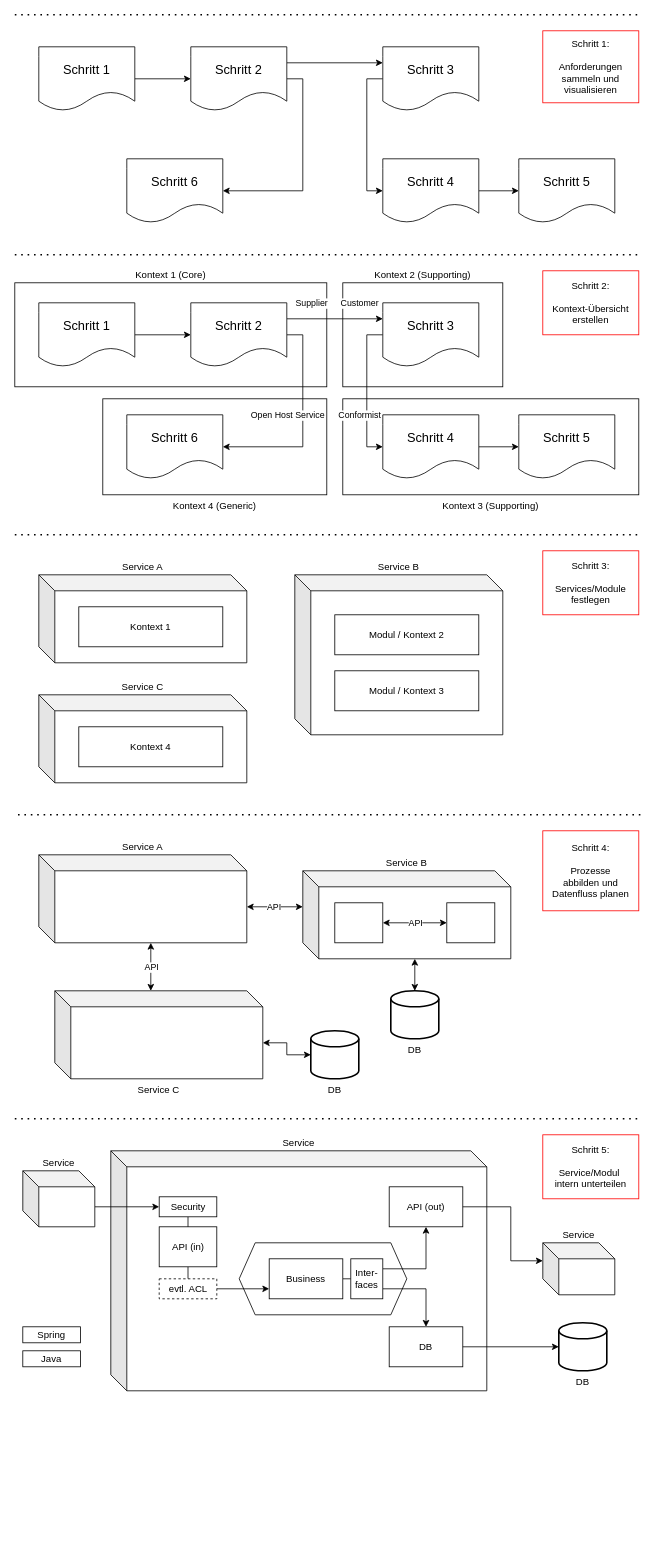
This is images/project-architecture-guide.drawio from coc-university/software-architecture-guide, a draw.io file, before an edit. Source tidied: cells renumbered, new cells numbered last; positions are measured from the earlier drawing's top-left corner, leaving out a move shared by most shapes. Both pictures are drawn from the tidied source at 80%, with x=0, y=0 at pixel (14, 14).
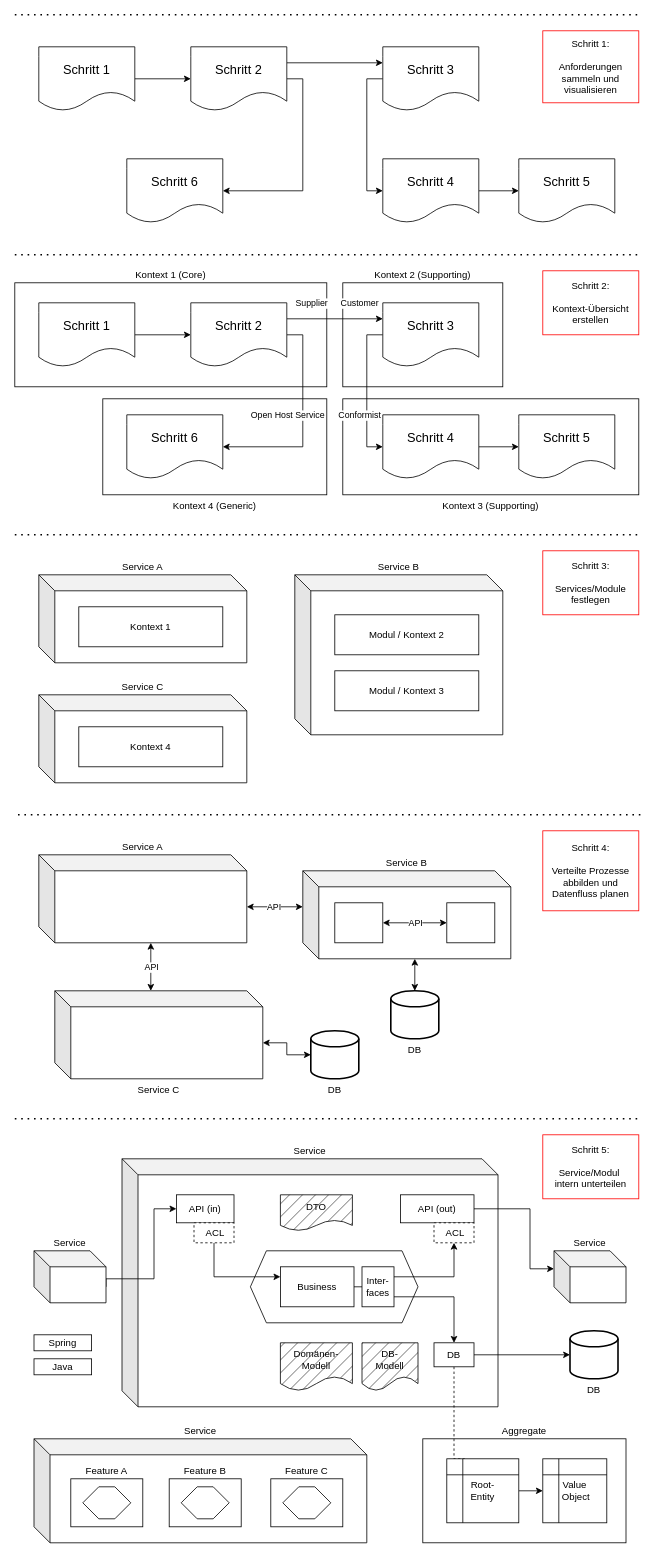
The same page after the edit.

The edit, as a diff of the source:
```diff
@@
-    <mxCell id="2" value="Service" style="shape=cube;whiteSpace=wrap;html=1;boundedLbl=1;backgroundOutline=1;darkOpacity=0.05;darkOpacity2=0.1;labelPosition=center;verticalLabelPosition=top;align=center;verticalAlign=bottom;" parent="1" vertex="1">
-      <mxGeometry x="120" y="1420" width="470" height="300" as="geometry" />
-    </mxCell>
-    <mxCell id="3" style="shape=hexagon;perimeter=hexagonPerimeter2;whiteSpace=wrap;html=1;fixedSize=1;" parent="1" vertex="1">
-      <mxGeometry x="280.5" y="1535" width="209.5" height="90" as="geometry" />
-    </mxCell>
@@
-    <mxCell id="55" style="edgeStyle=orthogonalEdgeStyle;rounded=0;jettySize=auto;html=1;exitX=0.5;exitY=1;exitDx=0;exitDy=0;entryX=0.5;entryY=0;entryDx=0;entryDy=0;endArrow=none;startFill=0;" parent="1" edge="1" source="56" target="82">
-      <mxGeometry relative="1" as="geometry" />
-    </mxCell>
-    <mxCell id="56" value="API (in)" style="rounded=0;whiteSpace=wrap;html=1;labelPosition=center;verticalLabelPosition=middle;align=center;verticalAlign=middle;strokeColor=light-dark(#000000,#FF8000);" parent="1" vertex="1">
-      <mxGeometry x="180.5" y="1515" width="72" height="50" as="geometry" />
-    </mxCell>
-    <mxCell id="57" value="API (out)" style="rounded=0;whiteSpace=wrap;html=1;labelPosition=center;verticalLabelPosition=middle;align=center;verticalAlign=middle;strokeColor=light-dark(#000000,#FF8000);" parent="1" vertex="1">
-      <mxGeometry x="468" y="1465" width="92" height="50" as="geometry" />
-    </mxCell>
-    <mxCell id="58" style="edgeStyle=orthogonalEdgeStyle;rounded=0;jettySize=auto;html=1;exitX=1;exitY=0.5;exitDx=0;exitDy=0;entryX=0;entryY=0.5;entryDx=0;entryDy=0;endArrow=none;startFill=0;" parent="1" edge="1" source="59" target="80">
-      <mxGeometry relative="1" as="geometry" />
-    </mxCell>
-    <mxCell id="59" value="Business" style="rounded=0;whiteSpace=wrap;html=1;labelPosition=center;verticalLabelPosition=middle;align=center;verticalAlign=middle;strokeColor=light-dark(#000000,#009900);" parent="1" vertex="1">
-      <mxGeometry x="318" y="1555" width="92" height="50" as="geometry" />
-    </mxCell>
@@
-    <mxCell id="63" value="&lt;div&gt;Schritt 4:&lt;/div&gt;&lt;div&gt;&lt;br&gt;&lt;/div&gt;&lt;span style=&quot;background-color: transparent; color: light-dark(rgb(0, 0, 0), rgb(255, 255, 255));&quot;&gt;Prozesse abbilden&amp;nbsp;&lt;/span&gt;&lt;span style=&quot;background-color: transparent; color: light-dark(rgb(0, 0, 0), rgb(255, 255, 255));&quot;&gt;und&lt;/span&gt;&lt;div&gt;&lt;div&gt;Datenfluss planen&lt;/div&gt;&lt;/div&gt;" style="rounded=0;whiteSpace=wrap;html=1;strokeColor=#FF0000;" parent="1" vertex="1">
+    <mxCell id="63" value="&lt;div&gt;Schritt 4:&lt;/div&gt;&lt;div&gt;&lt;br&gt;&lt;/div&gt;&lt;span style=&quot;background-color: transparent; color: light-dark(rgb(0, 0, 0), rgb(255, 255, 255));&quot;&gt;Verteilte Prozesse abbilden&amp;nbsp;&lt;/span&gt;&lt;span style=&quot;background-color: transparent; color: light-dark(rgb(0, 0, 0), rgb(255, 255, 255));&quot;&gt;und&lt;/span&gt;&lt;div&gt;&lt;div&gt;Datenfluss planen&lt;/div&gt;&lt;/div&gt;" style="rounded=0;whiteSpace=wrap;html=1;strokeColor=#FF0000;" parent="1" vertex="1">
       <mxGeometry x="660" y="1020" width="120" height="100" as="geometry" />
     </mxCell>
@@
+    <mxCell id="87" value="Aggregate" style="rounded=0;whiteSpace=wrap;html=1;labelPosition=center;verticalLabelPosition=top;align=center;verticalAlign=bottom;" parent="1" vertex="1">
+      <mxGeometry x="510" y="1780" width="254" height="130" as="geometry" />
+    </mxCell>
+    <mxCell id="88" value="Service" style="shape=cube;whiteSpace=wrap;html=1;boundedLbl=1;backgroundOutline=1;darkOpacity=0.05;darkOpacity2=0.1;labelPosition=center;verticalLabelPosition=top;align=center;verticalAlign=bottom;" parent="1" vertex="1">
+      <mxGeometry x="134" y="1430" width="470" height="310" as="geometry" />
+    </mxCell>
+    <mxCell id="89" style="shape=hexagon;perimeter=hexagonPerimeter2;whiteSpace=wrap;html=1;fixedSize=1;" parent="1" vertex="1">
+      <mxGeometry x="294.5" y="1545" width="209.5" height="90" as="geometry" />
+    </mxCell>
+    <mxCell id="56" value="API (in)" style="rounded=0;whiteSpace=wrap;html=1;labelPosition=center;verticalLabelPosition=middle;align=center;verticalAlign=middle;strokeColor=light-dark(#000000,#FF8000);" parent="1" vertex="1">
+      <mxGeometry x="202" y="1475" width="72" height="35" as="geometry" />
+    </mxCell>
+    <mxCell id="57" value="API (out)" style="rounded=0;whiteSpace=wrap;html=1;labelPosition=center;verticalLabelPosition=middle;align=center;verticalAlign=middle;strokeColor=light-dark(#000000,#FF8000);" parent="1" vertex="1">
+      <mxGeometry x="482" y="1475" width="92" height="35" as="geometry" />
+    </mxCell>
+    <mxCell id="58" style="edgeStyle=orthogonalEdgeStyle;rounded=0;jettySize=auto;html=1;exitX=1;exitY=0.5;exitDx=0;exitDy=0;entryX=0;entryY=0.5;entryDx=0;entryDy=0;endArrow=none;startFill=0;" parent="1" edge="1" source="59" target="80">
+      <mxGeometry relative="1" as="geometry" />
+    </mxCell>
+    <mxCell id="59" value="Business" style="rounded=0;whiteSpace=wrap;html=1;labelPosition=center;verticalLabelPosition=middle;align=center;verticalAlign=middle;strokeColor=light-dark(#000000,#009900);" parent="1" vertex="1">
+      <mxGeometry x="332" y="1565" width="92" height="50" as="geometry" />
+    </mxCell>
+    <mxCell id="90" style="edgeStyle=orthogonalEdgeStyle;rounded=0;jettySize=auto;html=1;exitX=0.5;exitY=1;exitDx=0;exitDy=0;entryX=0.25;entryY=0;entryDx=0;entryDy=0;endArrow=none;startFill=0;dashed=1;" parent="1" edge="1" source="71" target="104">
+      <mxGeometry relative="1" as="geometry">
+        <Array as="points">
+          <mxPoint x="549" y="1805" />
+        </Array>
+      </mxGeometry>
+    </mxCell>
     <mxCell id="71" value="DB" style="rounded=0;whiteSpace=wrap;html=1;labelPosition=center;verticalLabelPosition=middle;align=center;verticalAlign=middle;strokeColor=light-dark(#000000,#FF8000);" parent="1" vertex="1">
-      <mxGeometry x="468" y="1640" width="92" height="50" as="geometry" />
+      <mxGeometry x="524" y="1660" width="50" height="30" as="geometry" />
     </mxCell>
-    <mxCell id="72" value="Service" style="shape=cube;whiteSpace=wrap;html=1;boundedLbl=1;backgroundOutline=1;darkOpacity=0.05;darkOpacity2=0.1;labelPosition=center;verticalLabelPosition=top;align=center;verticalAlign=bottom;" parent="1" vertex="1">
-      <mxGeometry x="660" y="1535" width="90" height="65" as="geometry" />
-    </mxCell>
+    <mxCell id="91" value="Service" style="shape=cube;whiteSpace=wrap;html=1;boundedLbl=1;backgroundOutline=1;darkOpacity=0.05;darkOpacity2=0.1;labelPosition=center;verticalLabelPosition=top;align=center;verticalAlign=bottom;" parent="1" vertex="1">
+      <mxGeometry x="674" y="1545" width="90" height="65" as="geometry" />
+    </mxCell>
     <mxCell id="73" value="DB" style="strokeWidth=2;html=1;shape=mxgraph.flowchart.database;whiteSpace=wrap;labelPosition=center;verticalLabelPosition=bottom;align=center;verticalAlign=top;" parent="1" vertex="1">
-      <mxGeometry x="680" y="1635" width="60" height="60" as="geometry" />
+      <mxGeometry x="694" y="1645" width="60" height="60" as="geometry" />
     </mxCell>
@@
-    <mxCell id="75" style="edgeStyle=orthogonalEdgeStyle;rounded=0;jettySize=auto;html=1;exitX=1;exitY=0.5;exitDx=0;exitDy=0;entryX=0;entryY=0;entryDx=0;entryDy=22.5;entryPerimeter=0;" parent="1" edge="1" source="57" target="72">
-      <mxGeometry relative="1" as="geometry">
-        <Array as="points">
-          <mxPoint x="620" y="1490" />
-          <mxPoint x="620" y="1558" />
-          <mxPoint x="660" y="1558" />
-        </Array>
-      </mxGeometry>
-    </mxCell>
-    <mxCell id="76" style="edgeStyle=orthogonalEdgeStyle;rounded=0;jettySize=auto;html=1;exitX=0;exitY=0;exitDx=90;exitDy=45;exitPerimeter=0;entryX=0;entryY=0.5;entryDx=0;entryDy=0;" parent="1" edge="1" source="77" target="84">
-      <mxGeometry relative="1" as="geometry" />
-    </mxCell>
-    <mxCell id="77" value="Service" style="shape=cube;whiteSpace=wrap;html=1;boundedLbl=1;backgroundOutline=1;darkOpacity=0.05;darkOpacity2=0.1;labelPosition=center;verticalLabelPosition=top;align=center;verticalAlign=bottom;" parent="1" vertex="1">
-      <mxGeometry x="10" y="1445" width="90" height="70" as="geometry" />
-    </mxCell>
-    <mxCell id="78" style="edgeStyle=orthogonalEdgeStyle;rounded=0;jettySize=auto;html=1;exitX=1;exitY=0.25;exitDx=0;exitDy=0;entryX=0.5;entryY=1;entryDx=0;entryDy=0;" parent="1" edge="1" source="80" target="57">
-      <mxGeometry relative="1" as="geometry" />
-    </mxCell>
+    <mxCell id="92" style="edgeStyle=orthogonalEdgeStyle;rounded=0;jettySize=auto;html=1;exitX=1;exitY=0.5;exitDx=0;exitDy=0;entryX=0;entryY=0;entryDx=0;entryDy=22.5;entryPerimeter=0;" parent="1" edge="1" source="57" target="91">
+      <mxGeometry relative="1" as="geometry">
+        <Array as="points">
+          <mxPoint x="644" y="1493" />
+          <mxPoint x="644" y="1568" />
+        </Array>
+      </mxGeometry>
+    </mxCell>
+    <mxCell id="93" style="edgeStyle=orthogonalEdgeStyle;rounded=0;jettySize=auto;html=1;exitX=0;exitY=0;exitDx=90;exitDy=45;exitPerimeter=0;entryX=0;entryY=0.5;entryDx=0;entryDy=0;" parent="1" edge="1" source="94" target="56">
+      <mxGeometry relative="1" as="geometry">
+        <Array as="points">
+          <mxPoint x="174" y="1580" />
+          <mxPoint x="174" y="1492" />
+        </Array>
+      </mxGeometry>
+    </mxCell>
+    <mxCell id="94" value="Service" style="shape=cube;whiteSpace=wrap;html=1;boundedLbl=1;backgroundOutline=1;darkOpacity=0.05;darkOpacity2=0.1;labelPosition=center;verticalLabelPosition=top;align=center;verticalAlign=bottom;" parent="1" vertex="1">
+      <mxGeometry x="24" y="1545" width="90" height="65" as="geometry" />
+    </mxCell>
@@
+    <mxCell id="95" style="edgeStyle=orthogonalEdgeStyle;rounded=0;jettySize=auto;html=1;exitX=1;exitY=0.25;exitDx=0;exitDy=0;" parent="1" edge="1" source="80" target="97">
+      <mxGeometry relative="1" as="geometry" />
+    </mxCell>
     <mxCell id="80" value="Inter-&lt;div&gt;faces&lt;/div&gt;" style="rounded=0;whiteSpace=wrap;html=1;labelPosition=center;verticalLabelPosition=middle;align=center;verticalAlign=middle;strokeColor=light-dark(#000000,#009900);" parent="1" vertex="1">
-      <mxGeometry x="420" y="1555" width="40" height="50" as="geometry" />
+      <mxGeometry x="434" y="1565" width="40" height="50" as="geometry" />
     </mxCell>
-    <mxCell id="81" style="edgeStyle=orthogonalEdgeStyle;rounded=0;jettySize=auto;html=1;exitX=1;exitY=0.5;exitDx=0;exitDy=0;entryX=0;entryY=0.75;entryDx=0;entryDy=0;" parent="1" edge="1" source="82" target="59">
-      <mxGeometry relative="1" as="geometry" />
-    </mxCell>
-    <mxCell id="82" value="evtl. ACL" style="rounded=0;whiteSpace=wrap;html=1;labelPosition=center;verticalLabelPosition=middle;align=center;verticalAlign=middle;strokeColor=light-dark(#000000,#FF8000);dashed=1;" parent="1" vertex="1">
-      <mxGeometry x="180.5" y="1580" width="72" height="25" as="geometry" />
-    </mxCell>
-    <mxCell id="83" style="edgeStyle=orthogonalEdgeStyle;rounded=0;jettySize=auto;html=1;exitX=0.5;exitY=1;exitDx=0;exitDy=0;entryX=0.5;entryY=0;entryDx=0;entryDy=0;endArrow=none;startFill=0;" parent="1" edge="1" source="84" target="56">
-      <mxGeometry relative="1" as="geometry" />
-    </mxCell>
-    <mxCell id="84" value="Security" style="rounded=0;whiteSpace=wrap;html=1;labelPosition=center;verticalLabelPosition=middle;align=center;verticalAlign=middle;strokeColor=light-dark(#000000,#FF8000);" parent="1" vertex="1">
-      <mxGeometry x="180.5" y="1477.5" width="72" height="25" as="geometry" />
-    </mxCell>
     <mxCell id="85" value="Spring" style="rounded=0;whiteSpace=wrap;html=1;labelPosition=center;verticalLabelPosition=middle;align=center;verticalAlign=middle;strokeColor=light-dark(#000000,#FF8000);" parent="1" vertex="1">
-      <mxGeometry x="10" y="1640" width="72" height="20" as="geometry" />
+      <mxGeometry x="24" y="1650" width="72" height="20" as="geometry" />
     </mxCell>
     <mxCell id="86" value="Java" style="rounded=0;whiteSpace=wrap;html=1;labelPosition=center;verticalLabelPosition=middle;align=center;verticalAlign=middle;strokeColor=light-dark(#000000,#009900);" parent="1" vertex="1">
-      <mxGeometry x="10" y="1670" width="72" height="20" as="geometry" />
+      <mxGeometry x="24" y="1680" width="72" height="20" as="geometry" />
     </mxCell>
+    <mxCell id="96" value="Domänen-Modell" style="shape=document;whiteSpace=wrap;html=1;boundedLbl=1;strokeColor=light-dark(#000000,#009900);fillStyle=hatch;fillColor=#4D4D4D;" parent="1" vertex="1">
+      <mxGeometry x="332" y="1660" width="90" height="60" as="geometry" />
+    </mxCell>
+    <mxCell id="97" value="&amp;nbsp;&lt;span style=&quot;background-color: transparent; color: light-dark(rgb(0, 0, 0), rgb(255, 255, 255));&quot;&gt;ACL&lt;/span&gt;" style="rounded=0;whiteSpace=wrap;html=1;labelPosition=center;verticalLabelPosition=middle;align=center;verticalAlign=middle;strokeColor=light-dark(#000000,#FF8000);dashed=1;" parent="1" vertex="1">
+      <mxGeometry x="524" y="1510" width="50" height="25" as="geometry" />
+    </mxCell>
+    <mxCell id="98" style="edgeStyle=orthogonalEdgeStyle;rounded=0;jettySize=auto;html=1;exitX=0.5;exitY=1;exitDx=0;exitDy=0;entryX=0;entryY=0.25;entryDx=0;entryDy=0;" parent="1" edge="1" source="99" target="59">
+      <mxGeometry relative="1" as="geometry" />
+    </mxCell>
+    <mxCell id="99" value="&amp;nbsp;&lt;span style=&quot;background-color: transparent; color: light-dark(rgb(0, 0, 0), rgb(255, 255, 255));&quot;&gt;ACL&lt;/span&gt;" style="rounded=0;whiteSpace=wrap;html=1;labelPosition=center;verticalLabelPosition=middle;align=center;verticalAlign=middle;strokeColor=light-dark(#000000,#FF8000);dashed=1;" parent="1" vertex="1">
+      <mxGeometry x="224" y="1510" width="50" height="25" as="geometry" />
+    </mxCell>
+    <mxCell id="100" value="DTO" style="shape=document;whiteSpace=wrap;html=1;boundedLbl=1;strokeColor=light-dark(#000000,#009900);fillStyle=hatch;fillColor=#4D4D4D;" parent="1" vertex="1">
+      <mxGeometry x="332" y="1475" width="90" height="45" as="geometry" />
+    </mxCell>
+    <mxCell id="101" value="DB-&lt;div&gt;Modell&lt;/div&gt;" style="shape=document;whiteSpace=wrap;html=1;boundedLbl=1;strokeColor=light-dark(#000000,#FF8000);fillStyle=hatch;fillColor=#4D4D4D;" parent="1" vertex="1">
+      <mxGeometry x="434" y="1660" width="70" height="60" as="geometry" />
+    </mxCell>
+    <mxCell id="102" value="Value&lt;div&gt;&amp;nbsp;Object&lt;/div&gt;" style="shape=internalStorage;whiteSpace=wrap;html=1;backgroundOutline=1;" parent="1" vertex="1">
+      <mxGeometry x="660" y="1805" width="80" height="80" as="geometry" />
+    </mxCell>
+    <mxCell id="103" style="edgeStyle=orthogonalEdgeStyle;rounded=0;jettySize=auto;html=1;exitX=1;exitY=0.5;exitDx=0;exitDy=0;entryX=0;entryY=0.5;entryDx=0;entryDy=0;" parent="1" edge="1" source="104" target="102">
+      <mxGeometry relative="1" as="geometry" />
+    </mxCell>
+    <mxCell id="104" value="&lt;div&gt;Root-&lt;/div&gt;&lt;div&gt;Entity&lt;/div&gt;" style="shape=internalStorage;whiteSpace=wrap;html=1;backgroundOutline=1;" parent="1" vertex="1">
+      <mxGeometry x="540" y="1805" width="90" height="80" as="geometry" />
+    </mxCell>
+    <mxCell id="105" value="Service" style="shape=cube;whiteSpace=wrap;html=1;boundedLbl=1;backgroundOutline=1;darkOpacity=0.05;darkOpacity2=0.1;labelPosition=center;verticalLabelPosition=top;align=center;verticalAlign=bottom;" parent="1" vertex="1">
+      <mxGeometry x="24" y="1780" width="416" height="130" as="geometry" />
+    </mxCell>
+    <mxCell id="106" value="Feature&amp;nbsp;&lt;span style=&quot;background-color: transparent; color: light-dark(rgb(0, 0, 0), rgb(255, 255, 255));&quot;&gt;B&lt;/span&gt;" style="rounded=0;whiteSpace=wrap;html=1;labelPosition=center;verticalLabelPosition=top;align=center;verticalAlign=bottom;strokeColor=light-dark(#000000,#009900);" parent="1" vertex="1">
+      <mxGeometry x="193" y="1830" width="90" height="60" as="geometry" />
+    </mxCell>
+    <mxCell id="107" style="shape=hexagon;perimeter=hexagonPerimeter2;whiteSpace=wrap;html=1;fixedSize=1;" parent="1" vertex="1">
+      <mxGeometry x="208" y="1840" width="60" height="40" as="geometry" />
+    </mxCell>
+    <mxCell id="108" value="Feature A" style="rounded=0;whiteSpace=wrap;html=1;labelPosition=center;verticalLabelPosition=top;align=center;verticalAlign=bottom;strokeColor=light-dark(#000000,#009900);" parent="1" vertex="1">
+      <mxGeometry x="70" y="1830" width="90" height="60" as="geometry" />
+    </mxCell>
+    <mxCell id="109" style="shape=hexagon;perimeter=hexagonPerimeter2;whiteSpace=wrap;html=1;fixedSize=1;" parent="1" vertex="1">
+      <mxGeometry x="85" y="1840" width="60" height="40" as="geometry" />
+    </mxCell>
+    <mxCell id="110" value="Feature C" style="rounded=0;whiteSpace=wrap;html=1;labelPosition=center;verticalLabelPosition=top;align=center;verticalAlign=bottom;strokeColor=light-dark(#000000,#009900);" parent="1" vertex="1">
+      <mxGeometry x="320" y="1830" width="90" height="60" as="geometry" />
+    </mxCell>
+    <mxCell id="111" style="shape=hexagon;perimeter=hexagonPerimeter2;whiteSpace=wrap;html=1;fixedSize=1;" parent="1" vertex="1">
+      <mxGeometry x="335" y="1840" width="60" height="40" as="geometry" />
+    </mxCell>
```
